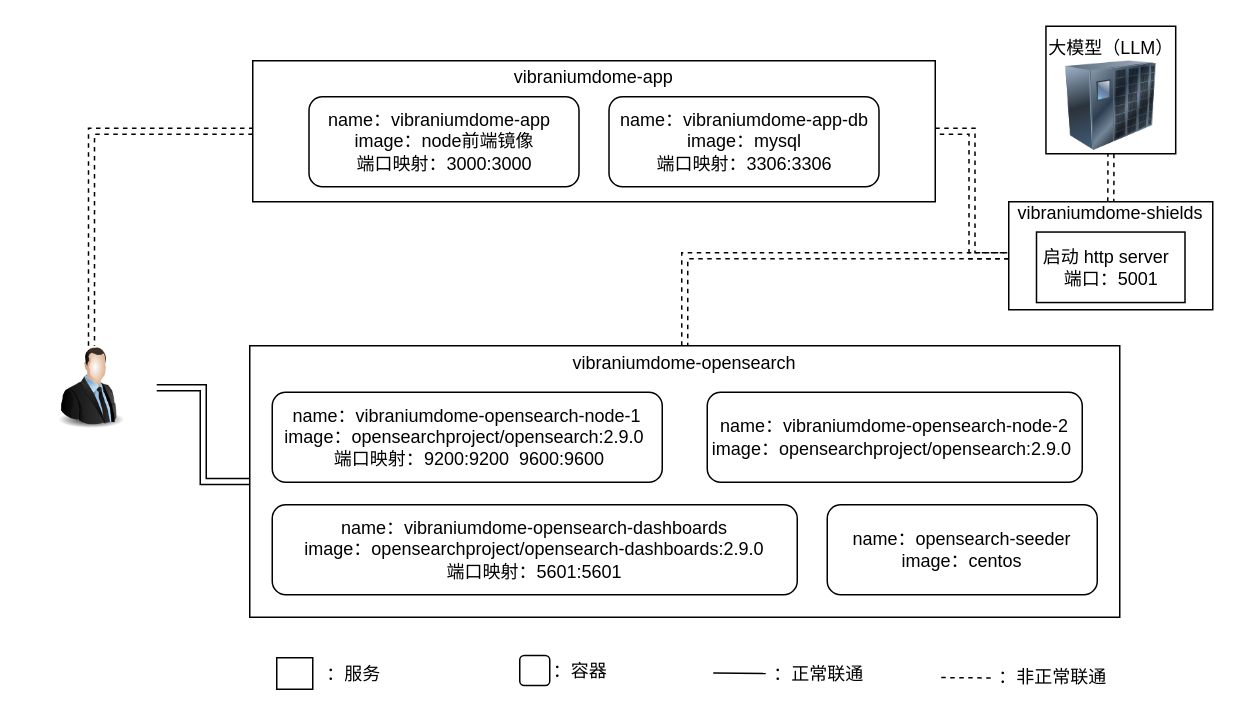
T-ze-yu/hello-world keeps this draw.io diagram as vibraniumdome架构图.drawio. Above is the earlier version. Source tidied: cells renumbered, new cells numbered last; positions are measured from the earlier drawing's top-left corner, leaving out a move shared by most shapes. Both pictures are drawn from the tidied source at 150%, with x=0, y=0 at pixel (26, 26).
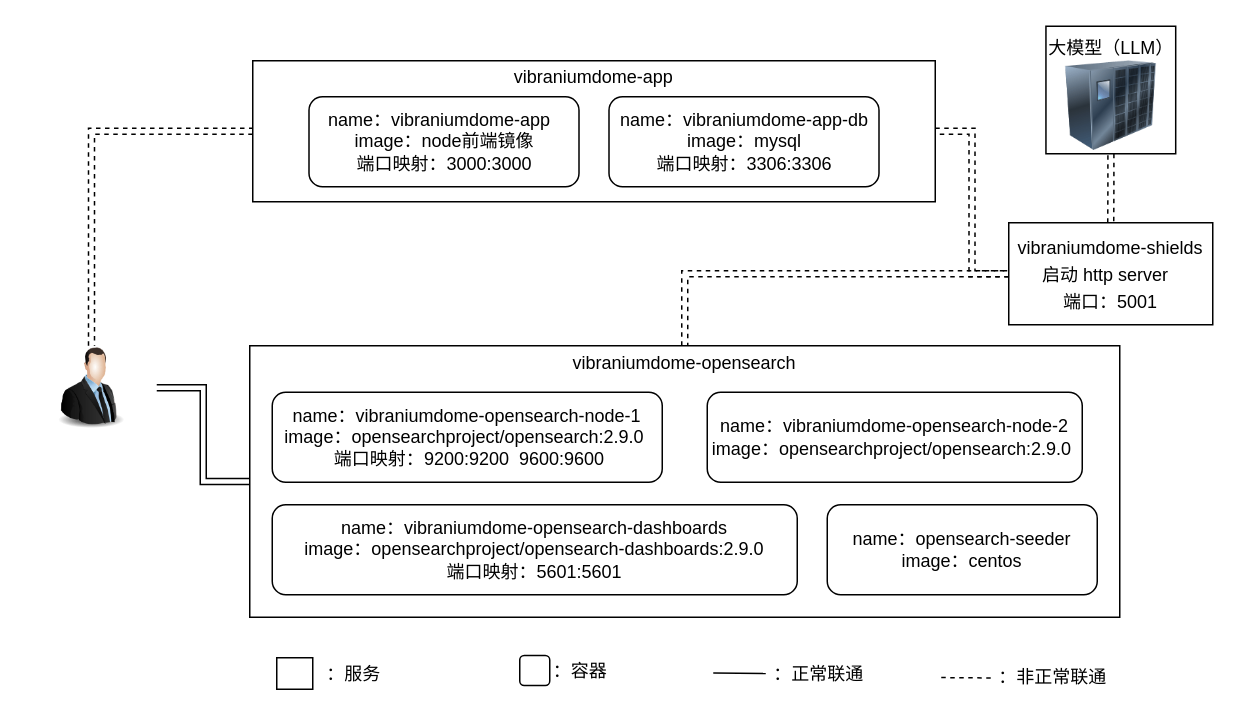
The same page after the edit.

Commit message:
更新vibraniumdome架构图.drawio

Change to the diagram source:
```diff
@@
-    <mxCell id="5" value="vibraniumdome-shields&lt;div&gt;&lt;br&gt;&lt;/div&gt;&lt;div&gt;&lt;br&gt;&lt;/div&gt;&lt;div&gt;&lt;br&gt;&lt;/div&gt;&lt;div&gt;&lt;br&gt;&lt;/div&gt;" style="rounded=0;whiteSpace=wrap;html=1;" parent="1" vertex="1">
-      <mxGeometry x="655" y="117" width="136" height="72" as="geometry" />
+    <mxCell id="5" value="&lt;div style=&quot;line-height: 150%;&quot;&gt;vibraniumdome-shields&lt;div&gt;启动 http server&amp;nbsp;&amp;nbsp;&lt;div&gt;端口：5001&lt;/div&gt;&lt;/div&gt;&lt;/div&gt;" style="rounded=0;whiteSpace=wrap;html=1;" parent="1" vertex="1">
+      <mxGeometry x="655" y="131" width="136" height="68" as="geometry" />
     </mxCell>
@@
-    <mxCell id="9" value="启动 http server&amp;nbsp;&amp;nbsp;&lt;div&gt;端口：5001&lt;/div&gt;" style="rounded=0;whiteSpace=wrap;html=1;" parent="1" vertex="1">
-      <mxGeometry x="673.5" y="137.2" width="99" height="47" as="geometry" />
-    </mxCell>
```
